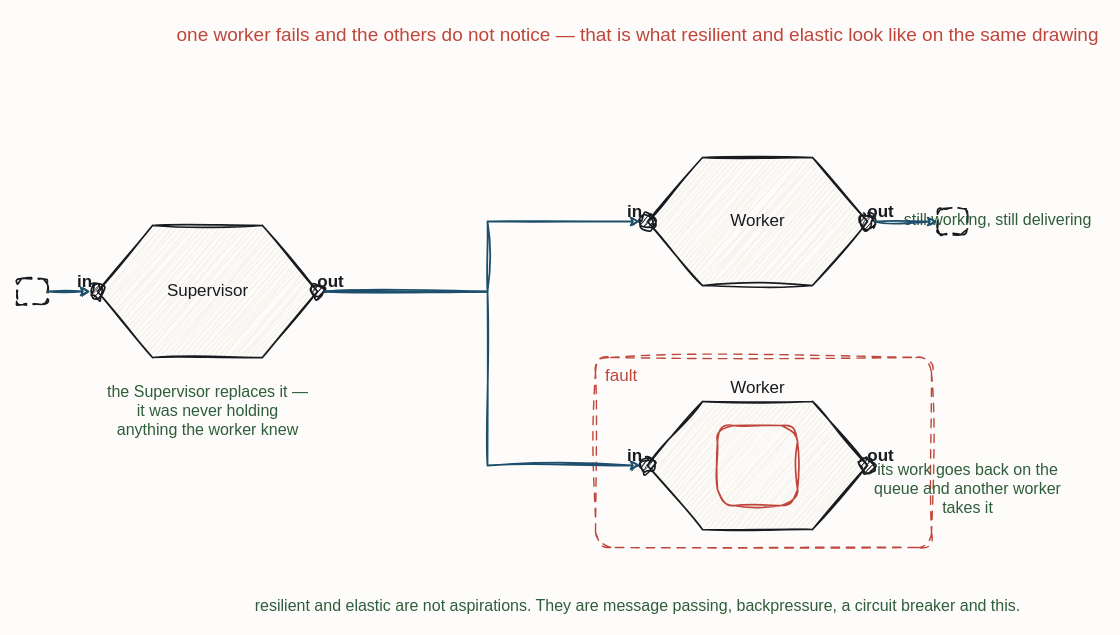
The draw.io diagram resources/flow-scale-out-fault.drawio in iancooper/practical-messaging, before the edit. Source tidied: cells renumbered, new cells numbered last; positions are measured from the earlier drawing's top-left corner, leaving out a move shared by most shapes. Both pictures are drawn from the tidied source at 100%, with x=0, y=0 at pixel (17, 17).
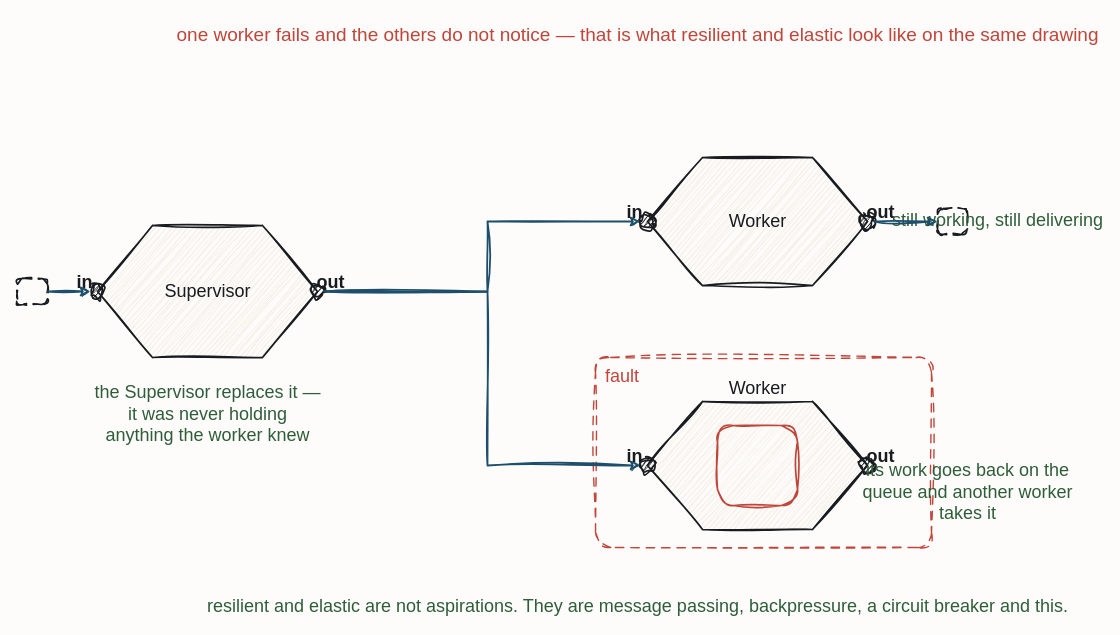
The same page after the edit.

Unchanged cells that the change refers to:
```xml
<mxCell id="5" style="sketch=1;hachureGap=4;jiggle=2;curveFitting=1;fontFamily=Caveat;html=1;ellipse;verticalLabelPosition=bottom;verticalAlign=top;strokeColor=#181B1F;strokeWidth=1.7;fillColor=#181B1F;fontColor=#181B1F;fontSize=14;" parent="1" vertex="1">
  <mxGeometry x="73" y="267" width="14" height="14" as="geometry" />
</mxCell>
<mxCell id="7" style="sketch=1;hachureGap=4;jiggle=2;curveFitting=1;fontFamily=Caveat;html=1;ellipse;verticalLabelPosition=bottom;verticalAlign=top;strokeColor=#181B1F;strokeWidth=1.7;fillColor=#181B1F;fontColor=#181B1F;fontSize=14;" parent="1" vertex="1">
  <mxGeometry x="293" y="267" width="14" height="14" as="geometry" />
</mxCell>
<mxCell id="9" style="sketch=1;hachureGap=4;jiggle=2;curveFitting=1;fontFamily=Caveat;html=1;rounded=1;arcSize=22;dashed=1;dashPattern=5 4;strokeColor=#181B1F;strokeWidth=1.7;fillColor=#FDFCFA;fontColor=#181B1F;fontSize=13;" parent="1" vertex="1">
  <mxGeometry y="261" width="30" height="26" as="geometry" />
</mxCell>
<mxCell id="11" style="sketch=1;hachureGap=4;jiggle=2;curveFitting=1;fontFamily=Caveat;html=1;ellipse;verticalLabelPosition=bottom;verticalAlign=top;strokeColor=#181B1F;strokeWidth=1.7;fillColor=#181B1F;fontColor=#181B1F;fontSize=14;" parent="1" vertex="1">
  <mxGeometry x="623" y="197" width="14" height="14" as="geometry" />
</mxCell>
<mxCell id="13" style="sketch=1;hachureGap=4;jiggle=2;curveFitting=1;fontFamily=Caveat;html=1;ellipse;verticalLabelPosition=bottom;verticalAlign=top;strokeColor=#181B1F;strokeWidth=1.7;fillColor=#181B1F;fontColor=#181B1F;fontSize=14;" parent="1" vertex="1">
  <mxGeometry x="843" y="197" width="14" height="14" as="geometry" />
</mxCell>
<mxCell id="15" style="sketch=1;hachureGap=4;jiggle=2;curveFitting=1;fontFamily=Caveat;html=1;rounded=1;arcSize=22;dashed=1;dashPattern=5 4;strokeColor=#181B1F;strokeWidth=1.7;fillColor=#FDFCFA;fontColor=#181B1F;fontSize=13;" parent="1" vertex="1">
  <mxGeometry x="920" y="191" width="30" height="26" as="geometry" />
</mxCell>
<mxCell id="17" style="sketch=1;hachureGap=4;jiggle=2;curveFitting=1;fontFamily=Caveat;html=1;ellipse;verticalLabelPosition=bottom;verticalAlign=top;strokeColor=#181B1F;strokeWidth=1.7;fillColor=#181B1F;fontColor=#181B1F;fontSize=14;" parent="1" vertex="1">
  <mxGeometry x="623" y="441" width="14" height="14" as="geometry" />
</mxCell>
```

What changed in the source:
```diff
@@
-    <mxCell id="2" value="fault" style="sketch=1;hachureGap=4;jiggle=2;curveFitting=1;fontFamily=Caveat;html=1;rounded=1;arcSize=8;verticalAlign=top;align=left;spacingLeft=8;spacingTop=2;fillColor=none;strokeColor=#C0453B;strokeWidth=1.4;fontColor=#C0453B;fontSize=17;dashed=1;dashPattern=6 5;" parent="1" vertex="1">
+    <mxCell id="2" value="fault" style="sketch=1;hachureGap=4;jiggle=2;curveFitting=1;fontFamily=Caveat;html=1;rounded=1;arcSize=8;verticalAlign=top;align=left;spacingLeft=8;spacingTop=2;fillColor=none;strokeColor=#C0453B;strokeWidth=1.4;fontColor=#C0453B;fontSize=18;dashed=1;dashPattern=6 5;" parent="1" vertex="1">
       <mxGeometry x="578" y="340" width="336" height="190" as="geometry" />
     </mxCell>
@@
-    <mxCell id="4" value="Supervisor" style="sketch=1;hachureGap=4;jiggle=2;curveFitting=1;fontFamily=Caveat;html=1;shape=hexagon;perimeter=hexagonPerimeter2;strokeColor=#181B1F;strokeWidth=1.7;fillColor=#F3EFE6;fontColor=#181B1F;fontSize=17;" parent="1" vertex="1">
+    <mxCell id="4" value="Supervisor" style="sketch=1;hachureGap=4;jiggle=2;curveFitting=1;fontFamily=Caveat;html=1;shape=hexagon;perimeter=hexagonPerimeter2;strokeColor=#181B1F;strokeWidth=1.7;fillColor=#F3EFE6;fontColor=#181B1F;fontSize=18;" parent="1" vertex="1">
       <mxGeometry x="80" y="208" width="220" height="132" as="geometry" />
     </mxCell>
@@
-    <mxCell id="6" value="in" style="text;html=1;align=center;fontFamily=Caveat;fontSize=17;fontColor=#181B1F;fontStyle=1;" parent="1" vertex="1">
+    <mxCell id="6" value="in" style="text;html=1;align=center;fontFamily=Caveat;fontSize=18;fontColor=#181B1F;fontStyle=1;" parent="1" vertex="1">
       <mxGeometry x="7" y="248" width="120" height="20" as="geometry" />
     </mxCell>
@@
-    <mxCell id="8" value="out" style="text;html=1;align=center;fontFamily=Caveat;fontSize=17;fontColor=#181B1F;fontStyle=1;" parent="1" vertex="1">
+    <mxCell id="8" value="out" style="text;html=1;align=center;fontFamily=Caveat;fontSize=18;fontColor=#181B1F;fontStyle=1;" parent="1" vertex="1">
       <mxGeometry x="253" y="248" width="120" height="20" as="geometry" />
     </mxCell>
@@
-    <mxCell id="10" value="Worker" style="sketch=1;hachureGap=4;jiggle=2;curveFitting=1;fontFamily=Caveat;html=1;shape=hexagon;perimeter=hexagonPerimeter2;strokeColor=#181B1F;strokeWidth=1.7;fillColor=#F3EFE6;fontColor=#181B1F;fontSize=17;" parent="1" vertex="1">
+    <mxCell id="10" value="Worker" style="sketch=1;hachureGap=4;jiggle=2;curveFitting=1;fontFamily=Caveat;html=1;shape=hexagon;perimeter=hexagonPerimeter2;strokeColor=#181B1F;strokeWidth=1.7;fillColor=#F3EFE6;fontColor=#181B1F;fontSize=18;" parent="1" vertex="1">
       <mxGeometry x="630" y="140" width="220" height="128" as="geometry" />
     </mxCell>
@@
-    <mxCell id="12" value="in" style="text;html=1;align=center;fontFamily=Caveat;fontSize=17;fontColor=#181B1F;fontStyle=1;" parent="1" vertex="1">
+    <mxCell id="12" value="in" style="text;html=1;align=center;fontFamily=Caveat;fontSize=18;fontColor=#181B1F;fontStyle=1;" parent="1" vertex="1">
       <mxGeometry x="557" y="178" width="120" height="20" as="geometry" />
     </mxCell>
@@
-    <mxCell id="14" value="out" style="text;html=1;align=center;fontFamily=Caveat;fontSize=17;fontColor=#181B1F;fontStyle=1;" parent="1" vertex="1">
+    <mxCell id="14" value="out" style="text;html=1;align=center;fontFamily=Caveat;fontSize=18;fontColor=#181B1F;fontStyle=1;" parent="1" vertex="1">
       <mxGeometry x="803" y="178" width="120" height="20" as="geometry" />
     </mxCell>
@@
-    <mxCell id="18" value="in" style="text;html=1;align=center;fontFamily=Caveat;fontSize=17;fontColor=#181B1F;fontStyle=1;" parent="1" vertex="1">
+    <mxCell id="18" value="in" style="text;html=1;align=center;fontFamily=Caveat;fontSize=18;fontColor=#181B1F;fontStyle=1;" parent="1" vertex="1">
       <mxGeometry x="557" y="422" width="120" height="20" as="geometry" />
     </mxCell>
@@
-    <mxCell id="20" value="out" style="text;html=1;align=center;fontFamily=Caveat;fontSize=17;fontColor=#181B1F;fontStyle=1;" parent="1" vertex="1">
+    <mxCell id="20" value="out" style="text;html=1;align=center;fontFamily=Caveat;fontSize=18;fontColor=#181B1F;fontStyle=1;" parent="1" vertex="1">
       <mxGeometry x="803" y="422" width="120" height="20" as="geometry" />
     </mxCell>
-    <mxCell id="21" value="Worker" style="text;html=1;align=center;fontFamily=Caveat;fontSize=17;fontColor=#181B1F;" parent="1" vertex="1">
+    <mxCell id="21" value="Worker" style="text;html=1;align=center;fontFamily=Caveat;fontSize=18;fontColor=#181B1F;" parent="1" vertex="1">
       <mxGeometry x="680" y="354" width="120" height="20" as="geometry" />
     </mxCell>
@@
-    <mxCell id="23" value="still working, still delivering" style="text;html=1;align=center;fontFamily=Caveat;fontSize=16;fontColor=#2F5D3A;" parent="1" vertex="1">
+    <mxCell id="23" value="still working, still delivering" style="text;html=1;align=center;fontFamily=Caveat;fontSize=18;fontColor=#2F5D3A;" parent="1" vertex="1">
       <mxGeometry x="920" y="186" width="120" height="20" as="geometry" />
     </mxCell>
-    <mxCell id="24" value="its work goes back on the&#10;queue and another worker&#10;takes it" style="text;html=1;align=center;fontFamily=Caveat;fontSize=16;fontColor=#2F5D3A;" parent="1" vertex="1">
+    <mxCell id="24" value="its work goes back on the&#10;queue and another worker&#10;takes it" style="text;html=1;align=center;fontFamily=Caveat;fontSize=18;fontColor=#2F5D3A;" parent="1" vertex="1">
       <mxGeometry x="890" y="436" width="120" height="20" as="geometry" />
     </mxCell>
-    <mxCell id="25" value="the Supervisor replaces it —&#10;it was never holding&#10;anything the worker knew" style="text;html=1;align=center;fontFamily=Caveat;fontSize=16;fontColor=#2F5D3A;" parent="1" vertex="1">
+    <mxCell id="25" value="the Supervisor replaces it —&#10;it was never holding&#10;anything the worker knew" style="text;html=1;align=center;fontFamily=Caveat;fontSize=18;fontColor=#2F5D3A;" parent="1" vertex="1">
       <mxGeometry x="130" y="358" width="120" height="20" as="geometry" />
     </mxCell>
-    <mxCell id="26" value="resilient and elastic are not aspirations. They are message passing, backpressure, a circuit breaker and this." style="text;html=1;align=center;fontFamily=Caveat;fontSize=16;fontColor=#2F5D3A;" parent="1" vertex="1">
+    <mxCell id="26" value="resilient and elastic are not aspirations. They are message passing, backpressure, a circuit breaker and this." style="text;html=1;align=center;fontFamily=Caveat;fontSize=18;fontColor=#2F5D3A;" parent="1" vertex="1">
       <mxGeometry x="560" y="572" width="120" height="20" as="geometry" />
     </mxCell>
-    <mxCell id="27" style="sketch=1;jiggle=2;curveFitting=1;edgeStyle=none;rounded=0;strokeColor=#1D4E6B;strokeWidth=1.8;fontFamily=Caveat;fontSize=17;fontColor=#1D4E6B;html=1;exitX=1.0;exitY=0.5;exitDx=0;exitDy=0;entryX=0.0;entryY=0.5;entryDx=0;entryDy=0;" parent="1" edge="1" source="9" target="5">
+    <mxCell id="27" style="sketch=1;jiggle=2;curveFitting=1;edgeStyle=none;rounded=0;strokeColor=#1D4E6B;strokeWidth=1.8;fontFamily=Caveat;fontSize=18;fontColor=#1D4E6B;html=1;exitX=1.0;exitY=0.5;exitDx=0;exitDy=0;entryX=0.0;entryY=0.5;entryDx=0;entryDy=0;" parent="1" edge="1" source="9" target="5">
       <mxGeometry relative="1" as="geometry" />
     </mxCell>
-    <mxCell id="28" style="sketch=1;jiggle=2;curveFitting=1;edgeStyle=none;rounded=0;strokeColor=#1D4E6B;strokeWidth=1.8;fontFamily=Caveat;fontSize=17;fontColor=#1D4E6B;html=1;exitX=1.0;exitY=0.5;exitDx=0;exitDy=0;entryX=0.0;entryY=0.5;entryDx=0;entryDy=0;" parent="1" edge="1" source="7" target="11">
+    <mxCell id="28" style="sketch=1;jiggle=2;curveFitting=1;edgeStyle=none;rounded=0;strokeColor=#1D4E6B;strokeWidth=1.8;fontFamily=Caveat;fontSize=18;fontColor=#1D4E6B;html=1;exitX=1.0;exitY=0.5;exitDx=0;exitDy=0;entryX=0.0;entryY=0.5;entryDx=0;entryDy=0;" parent="1" edge="1" source="7" target="11">
       <mxGeometry relative="1" as="geometry">
         <Array as="points">
           <mxPoint x="470" y="274" />
           <mxPoint x="470" y="204" />
         </Array>
       </mxGeometry>
     </mxCell>
-    <mxCell id="29" style="sketch=1;jiggle=2;curveFitting=1;edgeStyle=none;rounded=0;strokeColor=#1D4E6B;strokeWidth=1.8;fontFamily=Caveat;fontSize=17;fontColor=#1D4E6B;html=1;exitX=1.0;exitY=0.5;exitDx=0;exitDy=0;entryX=0.0;entryY=0.5;entryDx=0;entryDy=0;" parent="1" edge="1" source="13" target="15">
+    <mxCell id="29" style="sketch=1;jiggle=2;curveFitting=1;edgeStyle=none;rounded=0;strokeColor=#1D4E6B;strokeWidth=1.8;fontFamily=Caveat;fontSize=18;fontColor=#1D4E6B;html=1;exitX=1.0;exitY=0.5;exitDx=0;exitDy=0;entryX=0.0;entryY=0.5;entryDx=0;entryDy=0;" parent="1" edge="1" source="13" target="15">
       <mxGeometry relative="1" as="geometry" />
     </mxCell>
-    <mxCell id="30" style="sketch=1;jiggle=2;curveFitting=1;edgeStyle=none;rounded=0;strokeColor=#1D4E6B;strokeWidth=1.8;fontFamily=Caveat;fontSize=17;fontColor=#1D4E6B;html=1;exitX=1.0;exitY=0.5;exitDx=0;exitDy=0;entryX=0.0;entryY=0.5;entryDx=0;entryDy=0;" parent="1" edge="1" source="7" target="17">
+    <mxCell id="30" style="sketch=1;jiggle=2;curveFitting=1;edgeStyle=none;rounded=0;strokeColor=#1D4E6B;strokeWidth=1.8;fontFamily=Caveat;fontSize=18;fontColor=#1D4E6B;html=1;exitX=1.0;exitY=0.5;exitDx=0;exitDy=0;entryX=0.0;entryY=0.5;entryDx=0;entryDy=0;" parent="1" edge="1" source="7" target="17">
       <mxGeometry relative="1" as="geometry">
         <Array as="points">
           <mxPoint x="470" y="274" />
           <mxPoint x="470" y="448" />
         </Array>
       </mxGeometry>
     </mxCell>
```
